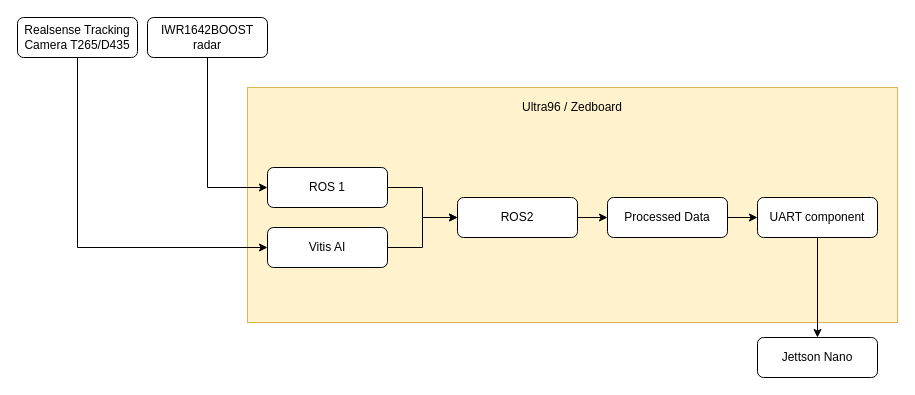
The draw.io diagram Documentation/Flowchart.drawio in randomRexx/ADAS_AI_cart, before the edit. Source tidied: cells renumbered, new cells numbered last; positions are measured from the earlier drawing's top-left corner, leaving out a move shared by most shapes. Both pictures are drawn from the tidied source at 100%, with x=0, y=0 at pixel (17, 17).
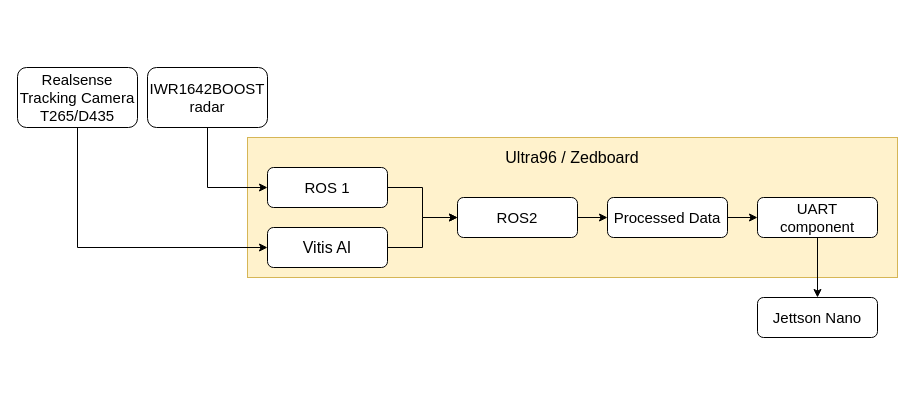
Above is the later version.

Diff of the diagram source:
```diff
@@
     <mxCell id="2" style="rounded=0;whiteSpace=wrap;html=1;fillColor=#fff2cc;strokeColor=#d6b656;" parent="1" vertex="1">
-      <mxGeometry x="230" y="70" width="650" height="235" as="geometry" />
+      <mxGeometry x="230" y="120" width="650" height="140" as="geometry" />
     </mxCell>
-    <mxCell id="3" style="edgeStyle=orthogonalEdgeStyle;rounded=0;jettySize=auto;html=1;exitX=0.5;exitY=1;exitDx=0;exitDy=0;entryX=0;entryY=0.5;entryDx=0;entryDy=0;" parent="1" edge="1" source="4" target="17">
-      <mxGeometry relative="1" as="geometry" />
+    <mxCell id="3" style="edgeStyle=orthogonalEdgeStyle;rounded=0;jettySize=auto;html=1;exitX=0.5;exitY=1;exitDx=0;exitDy=0;entryX=0;entryY=0.5;entryDx=0;entryDy=0;" parent="1" edge="1" source="4">
+      <mxGeometry relative="1" as="geometry">
+        <mxPoint x="250" y="230" as="targetPoint" />
+        <Array as="points">
+          <mxPoint x="60" y="230" />
+        </Array>
+      </mxGeometry>
     </mxCell>
-    <mxCell id="4" value="Realsense Tracking Camera T265/D435" style="rounded=1;whiteSpace=wrap;html=1;fontSize=12;glass=0;strokeWidth=1;shadow=0;" parent="1" vertex="1">
-      <mxGeometry width="120" height="40" as="geometry" />
+    <mxCell id="4" value="&lt;font style=&quot;font-size: 15px&quot;&gt;Realsense Tracking Camera T265/D435&lt;/font&gt;" style="rounded=1;whiteSpace=wrap;html=1;fontSize=12;glass=0;strokeWidth=1;shadow=0;" parent="1" vertex="1">
+      <mxGeometry y="50" width="120" height="60" as="geometry" />
     </mxCell>
@@
-    <mxCell id="6" value="IWR1642BOOST radar" style="rounded=1;whiteSpace=wrap;html=1;fontSize=12;glass=0;strokeWidth=1;shadow=0;" parent="1" vertex="1">
-      <mxGeometry x="130" width="120" height="40" as="geometry" />
+    <mxCell id="6" value="&lt;font style=&quot;font-size: 15px&quot;&gt;IWR1642BOOST radar&lt;/font&gt;" style="rounded=1;whiteSpace=wrap;html=1;fontSize=12;glass=0;strokeWidth=1;shadow=0;" parent="1" vertex="1">
+      <mxGeometry x="130" y="50" width="120" height="60" as="geometry" />
     </mxCell>
@@
-    <mxCell id="8" value="ROS2" style="rounded=1;whiteSpace=wrap;html=1;fontSize=12;glass=0;strokeWidth=1;shadow=0;" parent="1" vertex="1">
+    <mxCell id="8" value="&lt;font style=&quot;font-size: 15px&quot;&gt;ROS2&lt;/font&gt;" style="rounded=1;whiteSpace=wrap;html=1;fontSize=12;glass=0;strokeWidth=1;shadow=0;" parent="1" vertex="1">
       <mxGeometry x="440" y="180" width="120" height="40" as="geometry" />
     </mxCell>
@@
-    <mxCell id="10" value="ROS 1" style="rounded=1;whiteSpace=wrap;html=1;fontSize=12;glass=0;strokeWidth=1;shadow=0;" parent="1" vertex="1">
+    <mxCell id="10" value="&lt;font style=&quot;font-size: 15px&quot;&gt;ROS 1&lt;/font&gt;" style="rounded=1;whiteSpace=wrap;html=1;fontSize=12;glass=0;strokeWidth=1;shadow=0;" parent="1" vertex="1">
       <mxGeometry x="250" y="150" width="120" height="40" as="geometry" />
     </mxCell>
@@
-    <mxCell id="12" value="UART component" style="rounded=1;whiteSpace=wrap;html=1;fontSize=12;glass=0;strokeWidth=1;shadow=0;" parent="1" vertex="1">
+    <mxCell id="12" value="&lt;font style=&quot;font-size: 15px&quot;&gt;UART component&lt;/font&gt;" style="rounded=1;whiteSpace=wrap;html=1;fontSize=12;glass=0;strokeWidth=1;shadow=0;" parent="1" vertex="1">
       <mxGeometry x="740" y="180" width="120" height="40" as="geometry" />
     </mxCell>
-    <mxCell id="13" value="Jettson Nano" style="rounded=1;whiteSpace=wrap;html=1;fontSize=12;glass=0;strokeWidth=1;shadow=0;" parent="1" vertex="1">
-      <mxGeometry x="740" y="320" width="120" height="40" as="geometry" />
+    <mxCell id="13" value="&lt;font style=&quot;font-size: 15px&quot;&gt;Jettson Nano&lt;/font&gt;" style="rounded=1;whiteSpace=wrap;html=1;fontSize=12;glass=0;strokeWidth=1;shadow=0;" parent="1" vertex="1">
+      <mxGeometry x="740" y="280" width="120" height="40" as="geometry" />
     </mxCell>
@@
-    <mxCell id="15" value="Processed Data" style="rounded=1;whiteSpace=wrap;html=1;fontSize=12;glass=0;strokeWidth=1;shadow=0;" parent="1" vertex="1">
+    <mxCell id="15" value="&lt;font style=&quot;font-size: 15px&quot;&gt;Processed Data&lt;/font&gt;" style="rounded=1;whiteSpace=wrap;html=1;fontSize=12;glass=0;strokeWidth=1;shadow=0;" parent="1" vertex="1">
       <mxGeometry x="590" y="180" width="120" height="40" as="geometry" />
     </mxCell>
-    <mxCell id="16" style="edgeStyle=orthogonalEdgeStyle;rounded=0;jettySize=auto;html=1;" parent="1" edge="1" source="17" target="8">
-      <mxGeometry relative="1" as="geometry" />
+    <mxCell id="16" style="edgeStyle=orthogonalEdgeStyle;rounded=0;jettySize=auto;html=1;" parent="1" edge="1" target="8">
+      <mxGeometry relative="1" as="geometry">
+        <mxPoint x="370" y="230" as="sourcePoint" />
+        <Array as="points">
+          <mxPoint x="405" y="230" />
+          <mxPoint x="405" y="200" />
+        </Array>
+      </mxGeometry>
     </mxCell>
+    <mxCell id="18" value="&lt;font style=&quot;font-size: 16px&quot;&gt;Ultra96 / Zedboard&lt;/font&gt;" style="text;html=1;strokeColor=none;fillColor=none;align=center;verticalAlign=middle;whiteSpace=wrap;rounded=0;" parent="1" vertex="1">
+      <mxGeometry x="480" y="130" width="150" height="20" as="geometry" />
+    </mxCell>
-    <mxCell id="17" value="Vitis AI" style="rounded=1;whiteSpace=wrap;html=1;fontSize=12;glass=0;strokeWidth=1;shadow=0;" parent="1" vertex="1">
+    <mxCell id="17" value="&lt;font style=&quot;font-size: 16px&quot;&gt;Vitis AI&lt;/font&gt;" style="rounded=1;whiteSpace=wrap;html=1;fontSize=12;glass=0;strokeWidth=1;shadow=0;" parent="1" vertex="1">
       <mxGeometry x="250" y="210" width="120" height="40" as="geometry" />
     </mxCell>
-    <mxCell id="18" value="Ultra96 / Zedboard" style="text;html=1;strokeColor=none;fillColor=none;align=center;verticalAlign=middle;whiteSpace=wrap;rounded=0;" parent="1" vertex="1">
-      <mxGeometry x="480" y="80" width="150" height="20" as="geometry" />
-    </mxCell>
```
